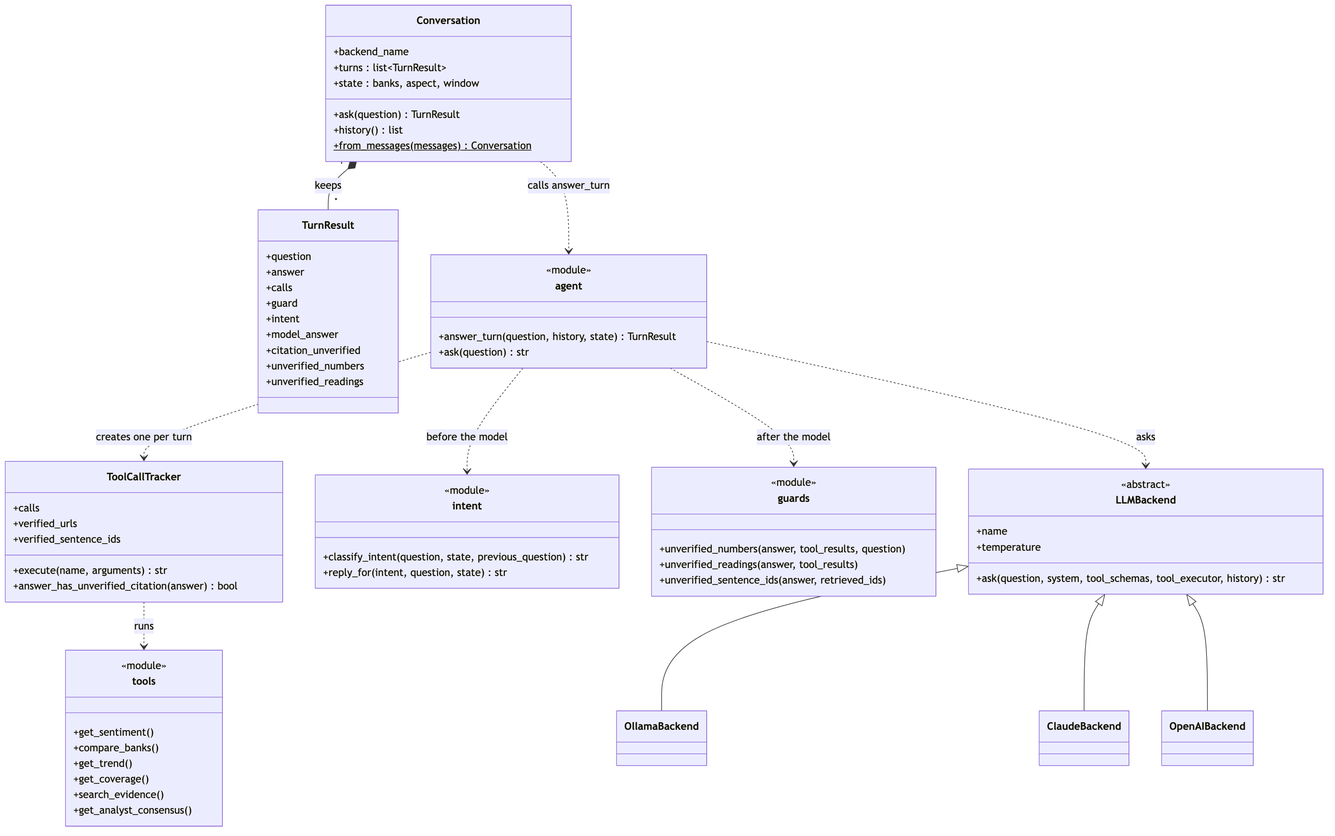
The Mermaid diagram docs/diagrams/img/14-chatbot-components.png in Gavingyh/plp-project, before a commit. Its source is kept beside it as docs/diagrams/src/14-chatbot-components.mmd.
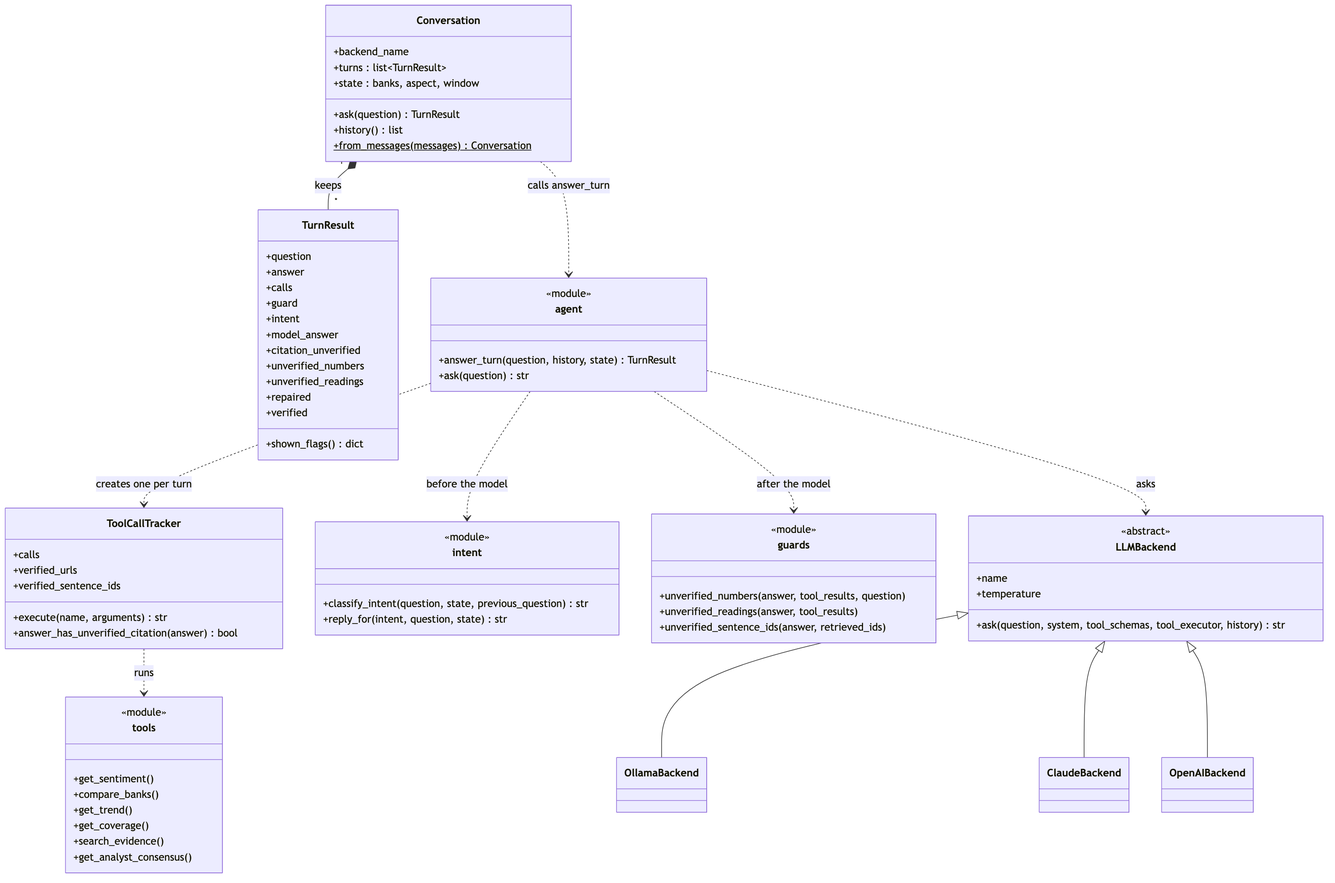
Later version of the same file.

The edit, as a diff of the source:
```diff
@@ -1,6 +1,6 @@
 classDiagram
   accTitle: Chatbot components
-  accDescr: Conversation holds TurnResults and calls answer_turn, which asks the intent classifier first, then uses a tool-call tracker, the output checks in guards, the tools and one of four backends implementing LLMBackend.
+  accDescr: Conversation holds TurnResults and calls answer_turn, which asks the intent classifier first, then uses a tool-call tracker, the output checks in guards, the tools and one of three backends implementing LLMBackend.
 
   class Conversation {
     +backend_name
@@ -20,6 +20,9 @@
     +citation_unverified
     +unverified_numbers
     +unverified_readings
+    +repaired
+    +verified
+    +shown_flags() dict
   }
   class agent {
     <<module>>
```
